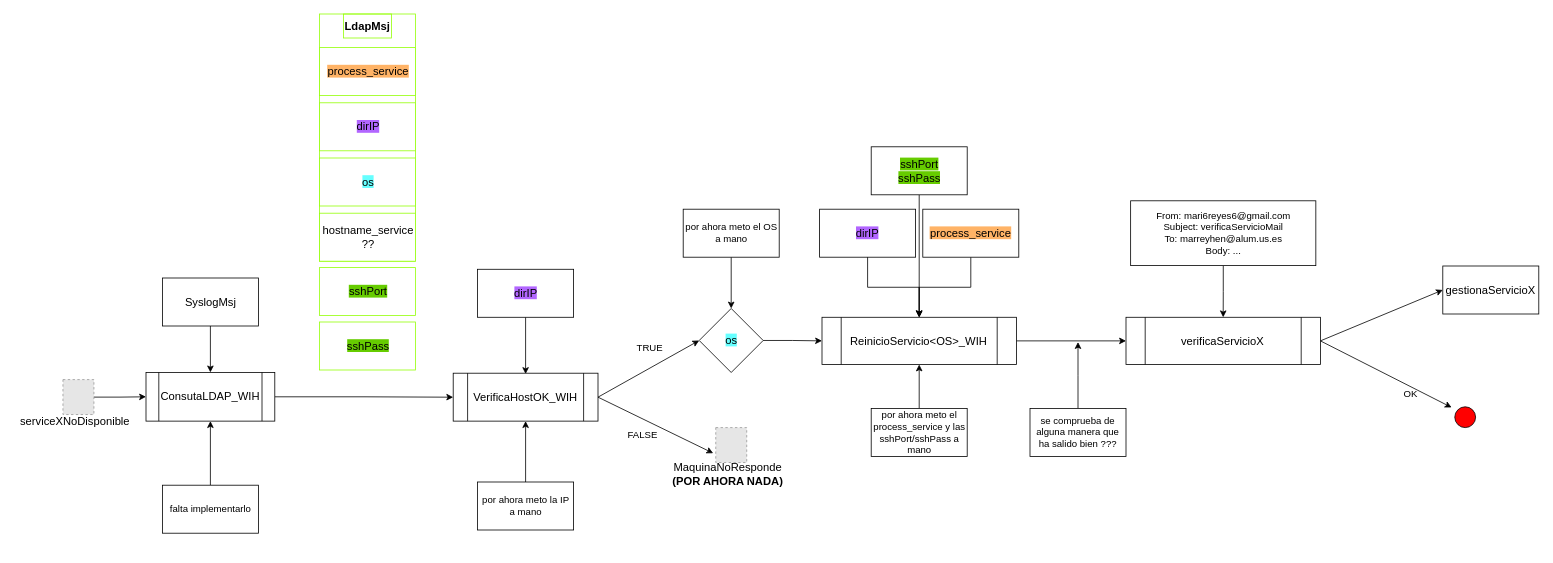
The draw.io diagram page "serviceXNoDisponible" (2 of 3) of esquemaProcesos.drawio in MarianaReyesH/gestionRed, before the edit. Source tidied: cells renumbered, new cells numbered last; positions are measured from the earlier drawing's top-left corner, leaving out a move shared by most shapes. Both pictures are drawn from the tidied source at 80%, with x=0, y=0 at pixel (14, 14). Pictures stored in the file or linked from it are replaced by grey dashed boxes.
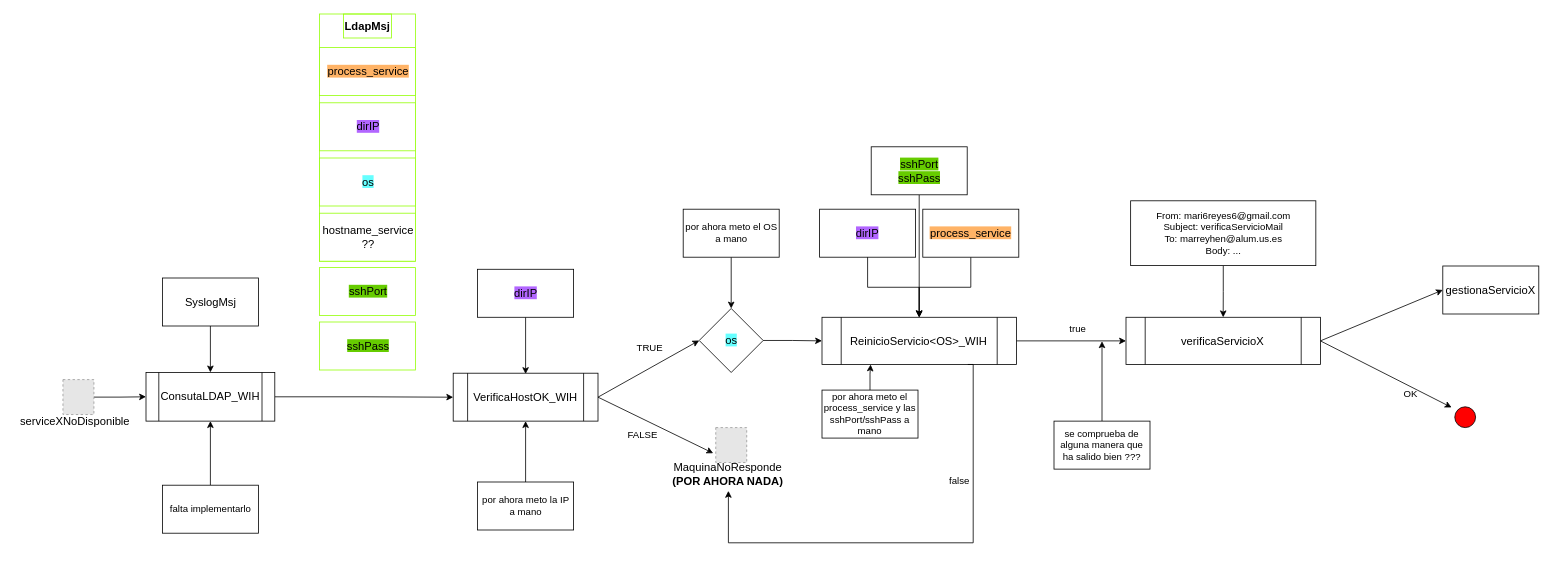
After the change.

The change refers to these unchanged cells:
```xml
<mxCell id="5" value="&lt;span style=&quot;font-size: 14px;&quot;&gt;MaquinaNoResponde&lt;/span&gt;&lt;div&gt;&lt;span style=&quot;font-size: 14px;&quot;&gt;&lt;b&gt;(POR AHORA NADA)&lt;/b&gt;&lt;/span&gt;&lt;/div&gt;" style="text;html=1;align=center;verticalAlign=middle;whiteSpace=wrap;rounded=0;" parent="1" vertex="1">
  <mxGeometry x="816" y="553" width="153" height="43.1" as="geometry" />
</mxCell>
<mxCell id="25" value="&lt;font style=&quot;font-size: 14px;&quot;&gt;ReinicioServicio&amp;lt;OS&amp;gt;_WIH&lt;/font&gt;" style="shape=process;whiteSpace=wrap;html=1;backgroundOutline=1;" parent="1" vertex="1">
  <mxGeometry x="1010" y="379.1" width="243" height="59" as="geometry" />
</mxCell>
```

What changed in the source:
```diff
@@
-    <mxCell id="37" style="edgeStyle=orthogonalEdgeStyle;rounded=0;jettySize=auto;html=1;" parent="1" edge="1" source="38" target="25">
+    <mxCell id="37" style="edgeStyle=orthogonalEdgeStyle;rounded=0;jettySize=auto;html=1;entryX=0.25;entryY=1;entryDx=0;entryDy=0;" parent="1" edge="1" source="38" target="25">
       <mxGeometry relative="1" as="geometry" />
     </mxCell>
     <mxCell id="38" value="&lt;font style=&quot;font-size: 12px;&quot;&gt;por ahora meto el process_service y las sshPort/sshPass a mano&lt;/font&gt;" style="rounded=0;whiteSpace=wrap;html=1;" parent="1" vertex="1">
-      <mxGeometry x="1071.5" y="493" width="120" height="60" as="geometry" />
+      <mxGeometry x="1010" y="470.1" width="120" height="60" as="geometry" />
     </mxCell>
@@
-    <mxCell id="51" style="edgeStyle=orthogonalEdgeStyle;rounded=0;jettySize=auto;html=1;" parent="1" edge="1" source="52">
-      <mxGeometry relative="1" as="geometry">
-        <mxPoint x="1330" y="410.1" as="targetPoint" />
-      </mxGeometry>
+    <mxCell id="51" style="edgeStyle=orthogonalEdgeStyle;rounded=0;jettySize=auto;html=1;entryX=1;entryY=1;entryDx=0;entryDy=0;" parent="1" edge="1" source="52" target="55">
+      <mxGeometry relative="1" as="geometry" />
     </mxCell>
     <mxCell id="52" value="&lt;font style=&quot;font-size: 12px;&quot;&gt;se comprueba de alguna manera que ha salido bien ???&lt;/font&gt;" style="rounded=0;whiteSpace=wrap;html=1;" parent="1" vertex="1">
-      <mxGeometry x="1270" y="493" width="120" height="60" as="geometry" />
+      <mxGeometry x="1300" y="508.9" width="120" height="60" as="geometry" />
     </mxCell>
@@
+    <mxCell id="55" value="true" style="text;html=1;align=center;verticalAlign=middle;whiteSpace=wrap;rounded=0;" parent="1" vertex="1">
+      <mxGeometry x="1300" y="379.1" width="60" height="30" as="geometry" />
+    </mxCell>
+    <mxCell id="56" style="edgeStyle=orthogonalEdgeStyle;rounded=0;jettySize=auto;html=1;exitX=0.75;exitY=1;exitDx=0;exitDy=0;" parent="1" edge="1" source="25" target="5">
+      <mxGeometry relative="1" as="geometry">
+        <Array as="points">
+          <mxPoint x="1199" y="438" />
+          <mxPoint x="1199" y="661" />
+          <mxPoint x="893" y="661" />
+        </Array>
+      </mxGeometry>
+    </mxCell>
+    <mxCell id="57" value="false" style="text;html=1;align=center;verticalAlign=middle;whiteSpace=wrap;rounded=0;" parent="1" vertex="1">
+      <mxGeometry x="1152" y="568.9" width="60" height="30" as="geometry" />
+    </mxCell>
```
